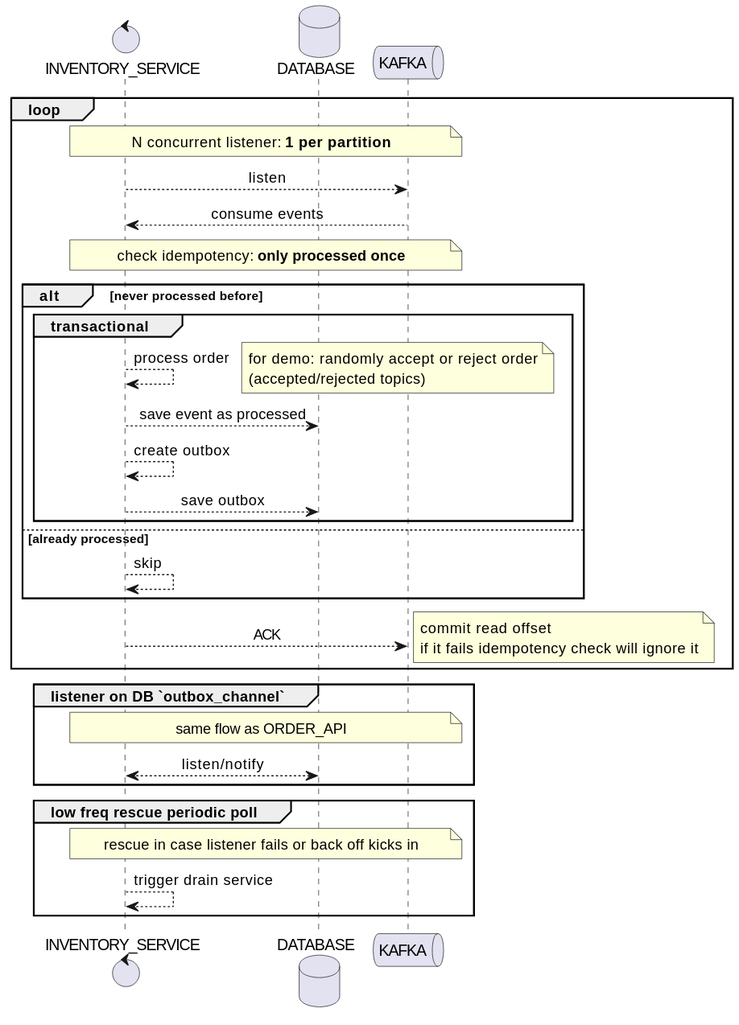
Earlier version of the PlantUML export docs/inventory_service_seq.svg (7mza/kafka-demo).
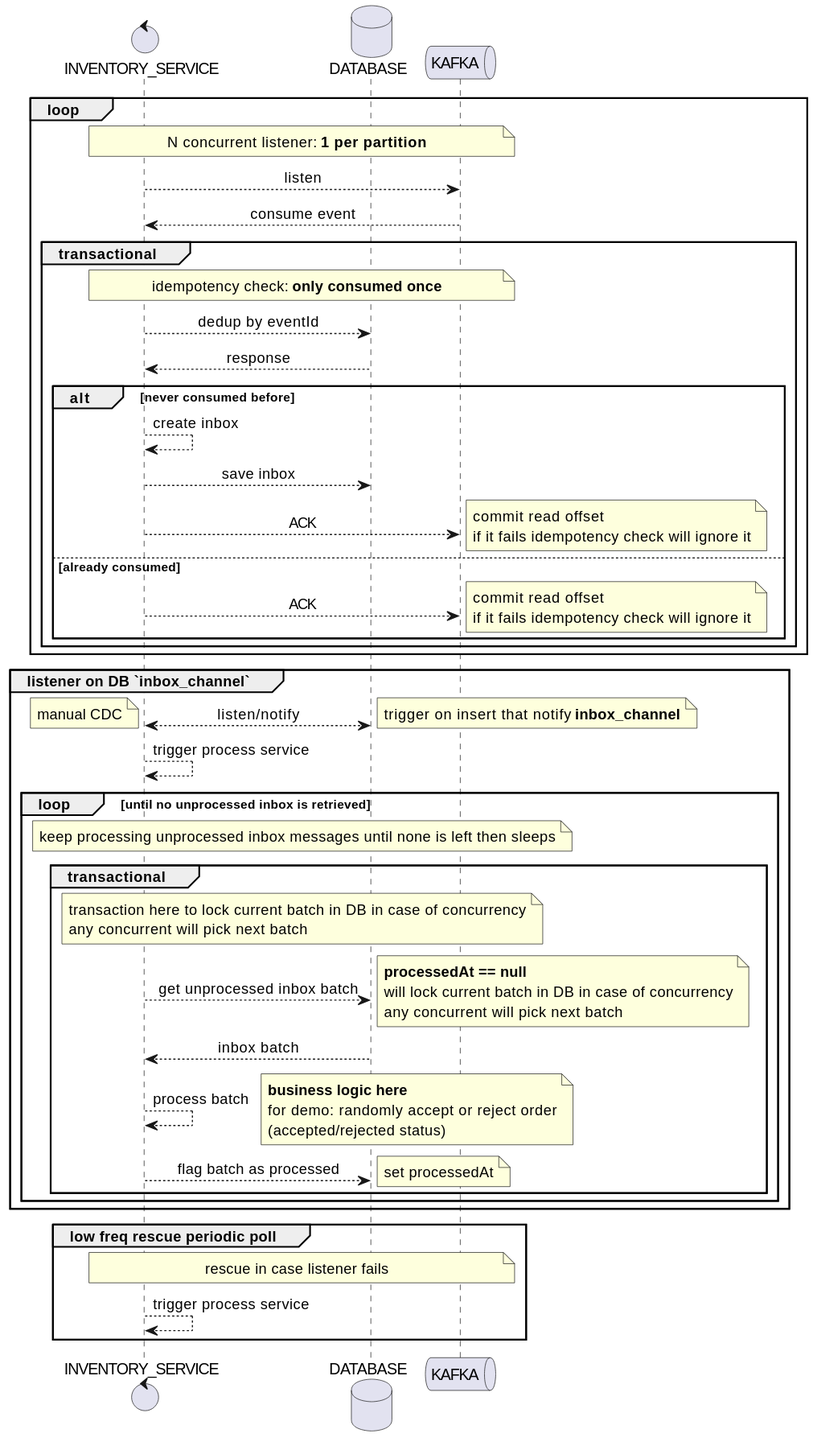
Above is the later version.

Change to the diagram source:
```diff
@@ -8,30 +8,45 @@
 loop
     note across: N concurrent listener: **1 per partition**
     SERVICE --> K: listen
-    K --> SERVICE: consume events
-    note across: check idempotency: **only processed once**
-    alt never processed before
-        group transactional
-            SERVICE --> SERVICE: process order
-            note right: for demo: randomly accept or reject order\n(accepted/rejected topics)
-            SERVICE --> DB: save event as processed
-            SERVICE --> SERVICE: create outbox
-            SERVICE --> DB: save outbox
+    K --> SERVICE: consume event
+    group transactional
+        note across: idempotency check: **only consumed once**
+        SERVICE --> DB: dedup by eventId
+        DB --> SERVICE: response
+        alt never consumed before
+            SERVICE --> SERVICE: create inbox
+            SERVICE --> DB: save inbox
+            SERVICE --> K: ACK
+            note right: commit read offset\nif it fails idempotency check will ignore it
+        else already consumed
+            SERVICE --> K: ACK
+            note right: commit read offset\nif it fails idempotency check will ignore it
         end
-    else already processed
-        SERVICE --> SERVICE: skip
     end
-    SERVICE --> K: ACK
-    note right: commit read offset\nif it fails idempotency check will ignore it
 end
 
-group listener on DB `outbox_channel`
-    note across: same flow as ORDER_API
+group listener on DB `inbox_channel`
     SERVICE <--> DB: listen/notify
+    note left: manual CDC
+    note right: trigger on insert that notify **inbox_channel**
+    SERVICE --> SERVICE: trigger process service
+    loop until no unprocessed inbox is retrieved
+        note across: keep processing unprocessed inbox messages until none is left then sleeps
+        group transactional
+            note across: transaction here to lock current batch in DB in case of concurrency\nany concurrent will pick next batch
+            SERVICE --> DB : get unprocessed inbox batch
+            note right: **processedAt == null**\nwill lock current batch in DB in case of concurrency\nany concurrent will pick next batch
+            DB --> SERVICE : inbox batch
+            SERVICE --> SERVICE : process batch
+            note right: **business logic here**\nfor demo: randomly accept or reject order\n(accepted/rejected status)
+            SERVICE --> DB : flag batch as processed
+            note right: set processedAt
+        end
+    end
 end
 
 group low freq rescue periodic poll
-    note across: rescue in case listener fails or back off kicks in
-    SERVICE --> SERVICE: trigger drain service
+    note across: rescue in case listener fails
+    SERVICE --> SERVICE: trigger process service
 end
 @enduml
```
